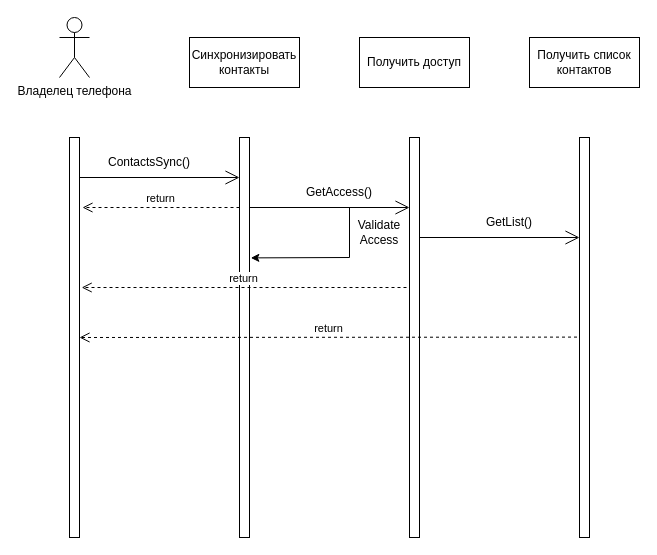
This is Sequence Diagram.drawio from fpmi-tp2023/labrabota4gr14a-artyomshpakovski, a draw.io file, before an edit. Source tidied: cells renumbered, new cells numbered last; positions are measured from the earlier drawing's top-left corner, leaving out a move shared by most shapes. Both pictures are drawn from the tidied source at 100%, with x=0, y=0 at pixel (59, 17).
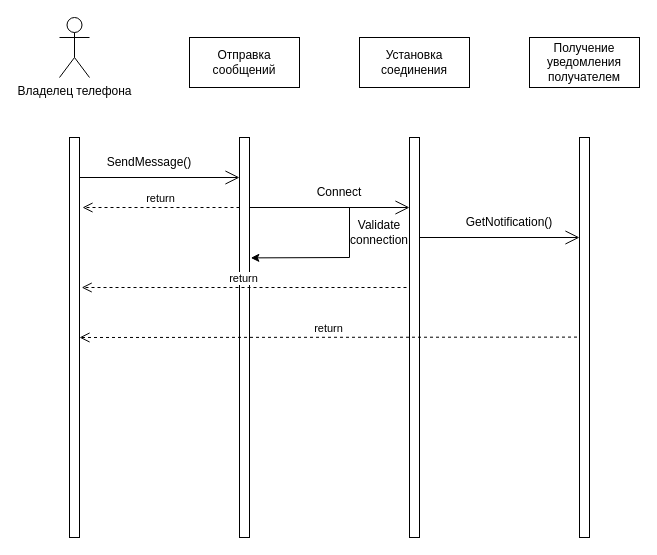
The same page after the edit.

The edit, as a diff of the source:
```diff
@@
-    <mxCell id="6" value="Синхронизировать контакты" style="html=1;whiteSpace=wrap;" parent="1" vertex="1">
+    <mxCell id="6" value="Отправка сообщений" style="html=1;whiteSpace=wrap;" parent="1" vertex="1">
       <mxGeometry x="130" y="20" width="110" height="50" as="geometry" />
     </mxCell>
-    <mxCell id="7" value="Получить доступ" style="html=1;whiteSpace=wrap;" parent="1" vertex="1">
+    <mxCell id="7" value="Установка соединения" style="html=1;whiteSpace=wrap;" parent="1" vertex="1">
       <mxGeometry x="300" y="20" width="110" height="50" as="geometry" />
     </mxCell>
-    <mxCell id="8" value="Получить список контактов" style="html=1;whiteSpace=wrap;" parent="1" vertex="1">
+    <mxCell id="8" value="Получение уведомления получателем" style="html=1;whiteSpace=wrap;" parent="1" vertex="1">
       <mxGeometry x="470" y="20" width="110" height="50" as="geometry" />
     </mxCell>
@@
-    <mxCell id="16" value="ContactsSync()" style="text;html=1;strokeColor=none;fillColor=none;align=center;verticalAlign=middle;whiteSpace=wrap;rounded=0;" parent="1" vertex="1">
+    <mxCell id="16" value="SendMessage()" style="text;html=1;strokeColor=none;fillColor=none;align=center;verticalAlign=middle;whiteSpace=wrap;rounded=0;" parent="1" vertex="1">
       <mxGeometry x="60" y="130" width="60" height="30" as="geometry" />
     </mxCell>
-    <mxCell id="17" value="GetAccess()" style="text;html=1;strokeColor=none;fillColor=none;align=center;verticalAlign=middle;whiteSpace=wrap;rounded=0;" parent="1" vertex="1">
+    <mxCell id="17" value="Connect" style="text;html=1;strokeColor=none;fillColor=none;align=center;verticalAlign=middle;whiteSpace=wrap;rounded=0;" parent="1" vertex="1">
       <mxGeometry x="250" y="160" width="60" height="30" as="geometry" />
     </mxCell>
-    <mxCell id="18" value="GetList()" style="text;html=1;strokeColor=none;fillColor=none;align=center;verticalAlign=middle;whiteSpace=wrap;rounded=0;" parent="1" vertex="1">
+    <mxCell id="18" value="GetNotification()" style="text;html=1;strokeColor=none;fillColor=none;align=center;verticalAlign=middle;whiteSpace=wrap;rounded=0;" parent="1" vertex="1">
       <mxGeometry x="420" y="190" width="60" height="30" as="geometry" />
     </mxCell>
@@
-    <mxCell id="21" value="Validate Access" style="text;html=1;strokeColor=none;fillColor=none;align=center;verticalAlign=middle;whiteSpace=wrap;rounded=0;" parent="1" vertex="1">
+    <mxCell id="21" value="Validate connection" style="text;html=1;strokeColor=none;fillColor=none;align=center;verticalAlign=middle;whiteSpace=wrap;rounded=0;" parent="1" vertex="1">
       <mxGeometry x="290" y="200" width="60" height="30" as="geometry" />
     </mxCell>
```
